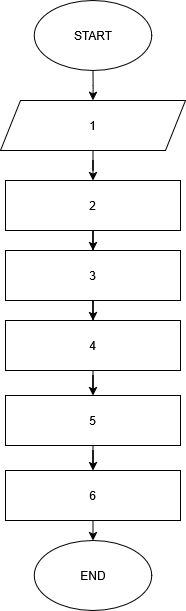
Before: 5.insurance sales agent commission calculation/5.drawio.png, a diagram exported from draw.io (JanithFX/PHP-Exercises). Source tidied: cells renumbered, new cells last; positions are measured from the earlier drawing's top-left corner, leaving out a move shared by most shapes.
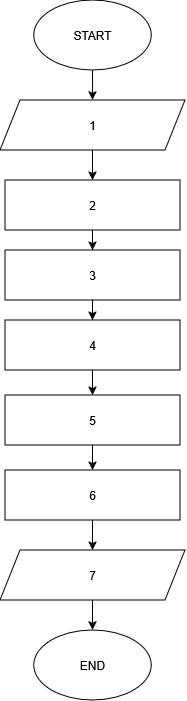
The same diagram one commit later.

Diff of the diagram source:
```diff
@@ -9,7 +9,7 @@
       <mxGeometry x="33.8" width="117.5" height="70" as="geometry" />
     </mxCell>
     <mxCell id="4" value="END" style="ellipse;whiteSpace=wrap;html=1;" parent="1" vertex="1">
-      <mxGeometry x="33.8" y="540" width="117.5" height="70" as="geometry" />
+      <mxGeometry x="33.8" y="630" width="117.5" height="70" as="geometry" />
     </mxCell>
     <mxCell id="5" style="edgeStyle=orthogonalEdgeStyle;rounded=0;jettySize=auto;html=1;" parent="1" edge="1" source="6" target="8">
       <mxGeometry relative="1" as="geometry" />
@@ -41,11 +41,17 @@
     <mxCell id="14" value="5" style="rounded=0;whiteSpace=wrap;html=1;" parent="1" vertex="1">
       <mxGeometry x="5" y="395" width="175" height="50" as="geometry" />
     </mxCell>
-    <mxCell id="15" style="edgeStyle=orthogonalEdgeStyle;rounded=0;jettySize=auto;html=1;" parent="1" edge="1" source="16" target="4">
-      <mxGeometry relative="1" as="geometry" />
-    </mxCell>
+    <mxCell id="17" style="edgeStyle=orthogonalEdgeStyle;rounded=0;jettySize=auto;html=1;" parent="1" edge="1" source="16" target="19">
+      <mxGeometry relative="1" as="geometry" />
+    </mxCell>
     <mxCell id="16" value="6" style="rounded=0;whiteSpace=wrap;html=1;" parent="1" vertex="1">
       <mxGeometry x="5" y="470" width="175" height="50" as="geometry" />
     </mxCell>
+    <mxCell id="18" style="edgeStyle=orthogonalEdgeStyle;rounded=0;jettySize=auto;html=1;" parent="1" edge="1" source="19" target="4">
+      <mxGeometry relative="1" as="geometry" />
+    </mxCell>
+    <mxCell id="19" value="7" style="shape=parallelogram;perimeter=parallelogramPerimeter;whiteSpace=wrap;html=1;fixedSize=1;" parent="1" vertex="1">
+      <mxGeometry y="550" width="185" height="50" as="geometry" />
+    </mxCell>
   </root>
 </mxGraphModel>
```
